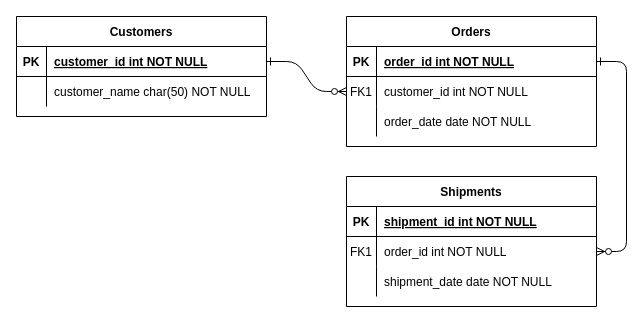
This is Unbenanntes Diagramm.drawio from BigMacBeickler/Eagle2Label, a draw.io file, before an edit. Source tidied: cells renumbered, new cells numbered last; positions are measured from the earlier drawing's top-left corner, leaving out a move shared by most shapes. Both pictures are drawn from the tidied source at 100%, with x=0, y=0 at pixel (16, 16).
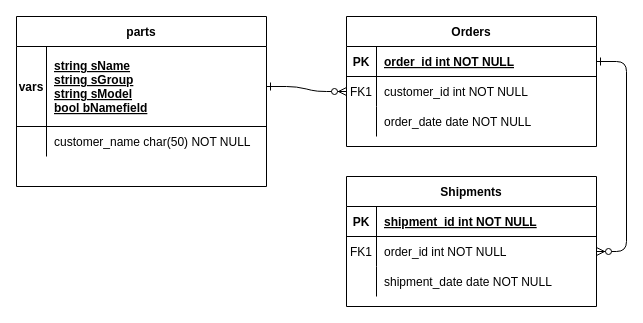
The same diagram, later.

Commit message:
created parent class

The edit, as a diff of the source:
```diff
@@
-    <mxCell id="24" value="Customers" style="shape=table;startSize=30;childLayout=tableLayout;rowLines=0;fontStyle=1;align=center;" parent="1" vertex="1">
-      <mxGeometry width="250" height="100" as="geometry" />
+    <mxCell id="24" value="parts" style="shape=table;startSize=30;childLayout=tableLayout;rowLines=0;fontStyle=1;align=center;" parent="1" vertex="1">
+      <mxGeometry width="250" height="170" as="geometry" />
     </mxCell>
     <mxCell id="25" style="shape=partialRectangle;fillColor=none;points=[[0,0.5],[1,0.5]];portConstraint=eastwest;top=0;left=0;right=0;bottom=1;" parent="24" vertex="1">
-      <mxGeometry y="30" width="250" height="30" as="geometry" />
+      <mxGeometry y="30" width="250" height="80" as="geometry" />
     </mxCell>
-    <mxCell id="26" value="PK" style="shape=partialRectangle;overflow=hidden;fillColor=none;top=0;left=0;bottom=0;right=0;fontStyle=1;" parent="25" vertex="1">
-      <mxGeometry width="30" height="30" as="geometry" />
+    <mxCell id="26" value="vars" style="shape=partialRectangle;overflow=hidden;fillColor=none;top=0;left=0;bottom=0;right=0;fontStyle=1;" parent="25" vertex="1">
+      <mxGeometry width="30" height="80" as="geometry" />
     </mxCell>
-    <mxCell id="27" value="customer_id int NOT NULL " style="shape=partialRectangle;overflow=hidden;fillColor=none;top=0;left=0;bottom=0;right=0;align=left;spacingLeft=6;fontStyle=5;" parent="25" vertex="1">
-      <mxGeometry x="30" width="220" height="30" as="geometry" />
+    <mxCell id="27" value="string sName&#10;string sGroup&#10;string sModel&#10;bool bNamefield" style="shape=partialRectangle;overflow=hidden;fillColor=none;top=0;left=0;bottom=0;right=0;align=left;spacingLeft=6;fontStyle=5;" parent="25" vertex="1">
+      <mxGeometry x="30" width="220" height="80" as="geometry" />
     </mxCell>
     <mxCell id="28" style="shape=partialRectangle;fillColor=none;top=0;left=0;right=0;bottom=0;" parent="24" vertex="1">
-      <mxGeometry y="60" width="250" height="30" as="geometry" />
+      <mxGeometry y="110" width="250" height="30" as="geometry" />
     </mxCell>
```
